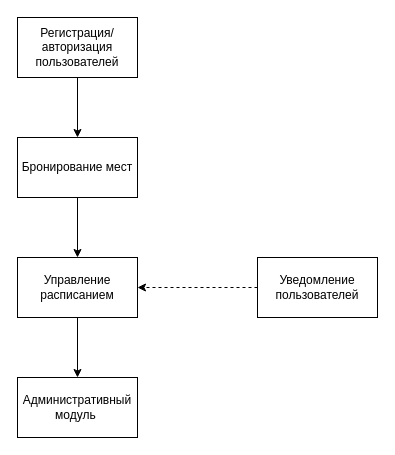
Earlier version of the draw.io diagram Фомин_Схема_взаимодействия_процессов.drawio (BiB-Si/Proyektirovaniye_IS). Source tidied: cells renumbered, new cells numbered last; positions are measured from the earlier drawing's top-left corner, leaving out a move shared by most shapes. Both pictures are drawn from the tidied source at 100%, with x=0, y=0 at pixel (17, 17).
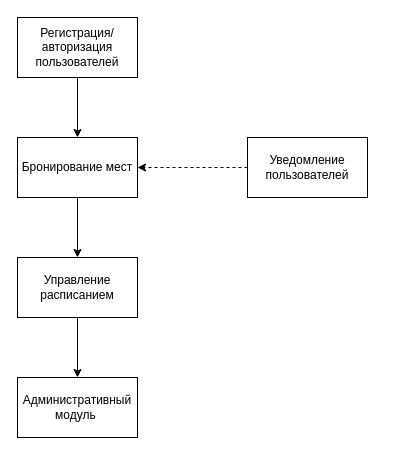
Above is the later version.

Diff of the diagram source:
```diff
@@
 <mxGraphModel>
   <root>
     <mxCell id="0" />
     <mxCell id="1" parent="0" />
     <mxCell id="2" value="Регистрация/авторизация пользователей" style="rounded=0;whiteSpace=wrap;html=1;" parent="1" vertex="1">
       <mxGeometry width="120" height="60" as="geometry" />
     </mxCell>
     <mxCell id="3" style="edgeStyle=orthogonalEdgeStyle;rounded=0;jettySize=auto;html=1;entryX=0.5;entryY=0;entryDx=0;entryDy=0;" parent="1" edge="1" source="4" target="6">
       <mxGeometry relative="1" as="geometry" />
     </mxCell>
     <mxCell id="4" value="Бронирование мест" style="rounded=0;whiteSpace=wrap;html=1;" parent="1" vertex="1">
       <mxGeometry y="120" width="120" height="60" as="geometry" />
     </mxCell>
     <mxCell id="5" style="edgeStyle=orthogonalEdgeStyle;rounded=0;jettySize=auto;html=1;exitX=0.5;exitY=1;exitDx=0;exitDy=0;entryX=0.5;entryY=0;entryDx=0;entryDy=0;" parent="1" edge="1" source="6" target="9">
       <mxGeometry relative="1" as="geometry" />
     </mxCell>
     <mxCell id="6" value="Управление расписанием" style="rounded=0;whiteSpace=wrap;html=1;" parent="1" vertex="1">
       <mxGeometry y="240" width="120" height="60" as="geometry" />
     </mxCell>
-    <mxCell id="7" style="edgeStyle=orthogonalEdgeStyle;rounded=0;jettySize=auto;html=1;exitX=0;exitY=0.5;exitDx=0;exitDy=0;entryX=1;entryY=0.5;entryDx=0;entryDy=0;dashed=1;" parent="1" edge="1" source="8" target="6">
+    <mxCell id="7" style="edgeStyle=orthogonalEdgeStyle;rounded=0;jettySize=auto;html=1;exitX=0;exitY=0.5;exitDx=0;exitDy=0;entryX=1;entryY=0.5;entryDx=0;entryDy=0;dashed=1;" parent="1" edge="1" source="8" target="4">
       <mxGeometry relative="1" as="geometry" />
     </mxCell>
     <mxCell id="8" value="Уведомление пользователей" style="rounded=0;whiteSpace=wrap;html=1;" parent="1" vertex="1">
-      <mxGeometry x="240" y="240" width="120" height="60" as="geometry" />
+      <mxGeometry x="230" y="120" width="120" height="60" as="geometry" />
     </mxCell>
     <mxCell id="9" value="Административный модуль&amp;nbsp;" style="rounded=0;whiteSpace=wrap;html=1;" parent="1" vertex="1">
       <mxGeometry y="360" width="120" height="60" as="geometry" />
     </mxCell>
     <mxCell id="10" style="endArrow=classic;html=1;rounded=0;exitX=0.5;exitY=1;exitDx=0;exitDy=0;entryX=0.5;entryY=0;entryDx=0;entryDy=0;" parent="1" edge="1" source="2" target="4">
       <mxGeometry relative="1" as="geometry" />
     </mxCell>
   </root>
 </mxGraphModel>
```
